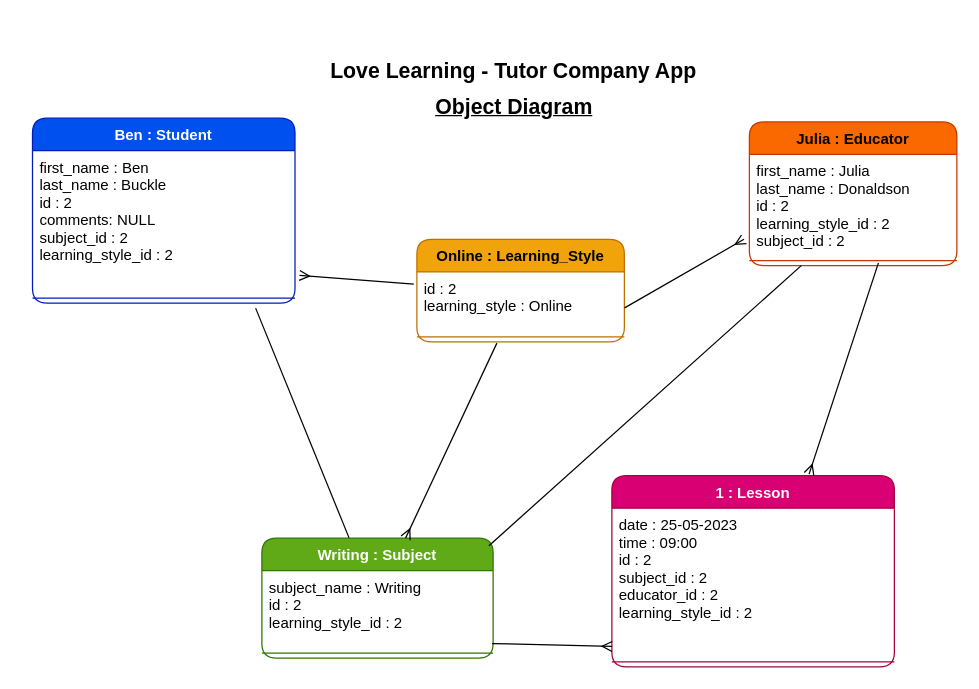
Earlier version of the draw.io diagram Planning/object2_diagram.drawio (SdcBartram/LoveLearning_Tutor_Company_Project). Source tidied: cells renumbered, new cells numbered last; positions are measured from the earlier drawing's top-left corner, leaving out a move shared by most shapes. Both pictures are drawn from the tidied source at 125%, with x=0, y=0 at pixel (32, 21).
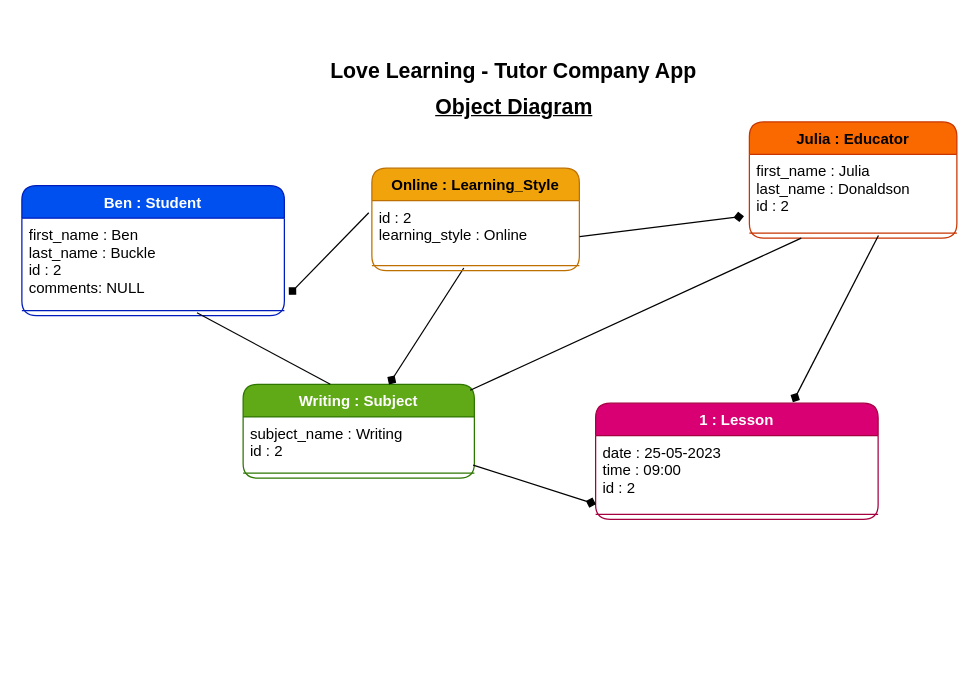
The same diagram, later.

Unchanged cells that the change refers to:
```xml
<mxCell id="18" value="id : 2&#10;learning_style : Online" style="text;strokeColor=none;fillColor=none;align=left;verticalAlign=top;spacingLeft=4;spacingRight=4;overflow=hidden;points=[[0,0.5],[1,0.5]];portConstraint=eastwest;rounded=1;fontColor=#000000;" parent="17" vertex="1">
  <mxGeometry y="26" width="166" height="48" as="geometry" />
</mxCell>
<mxCell id="19" style="line;strokeWidth=1;fillColor=none;align=left;verticalAlign=middle;spacingTop=-1;spacingLeft=3;spacingRight=3;labelPosition=right;points=[];portConstraint=eastwest;strokeColor=inherit;rounded=1;fontColor=#000000;" parent="17" vertex="1">
  <mxGeometry y="74" width="166" height="8" as="geometry" />
</mxCell>
```

What changed in the source:
```diff
@@
     <mxCell id="2" value="Ben : Student" style="swimlane;fontStyle=1;align=center;verticalAlign=top;horizontal=1;startSize=26;rounded=1;fontColor=#ffffff;fillColor=#0050ef;strokeColor=#001DBC;" parent="1" vertex="1">
-      <mxGeometry x="-0.5" y="77" width="210" height="148" as="geometry" />
+      <mxGeometry x="-9" y="131" width="210" height="104" as="geometry" />
     </mxCell>
-    <mxCell id="3" value="first_name : Ben&#10;last_name : Buckle&#10;id : 2&#10;comments: NULL&#10;subject_id : 2&#10;learning_style_id : 2" style="text;strokeColor=none;fillColor=none;align=left;verticalAlign=top;spacingLeft=4;spacingRight=4;overflow=hidden;points=[[0,0.5],[1,0.5]];portConstraint=eastwest;rounded=1;fontColor=#000000;" parent="2" vertex="1">
-      <mxGeometry y="26" width="210" height="114" as="geometry" />
+    <mxCell id="3" value="first_name : Ben&#10;last_name : Buckle&#10;id : 2&#10;comments: NULL&#10;" style="text;strokeColor=none;fillColor=none;align=left;verticalAlign=top;spacingLeft=4;spacingRight=4;overflow=hidden;points=[[0,0.5],[1,0.5]];portConstraint=eastwest;rounded=1;fontColor=#000000;" parent="2" vertex="1">
+      <mxGeometry y="26" width="210" height="70" as="geometry" />
     </mxCell>
     <mxCell id="4" style="line;strokeWidth=1;fillColor=none;align=left;verticalAlign=middle;spacingTop=-1;spacingLeft=3;spacingRight=3;labelPosition=right;points=[];portConstraint=eastwest;strokeColor=inherit;rounded=1;fontColor=#000000;" parent="2" vertex="1">
-      <mxGeometry y="140" width="210" height="8" as="geometry" />
+      <mxGeometry y="96" width="210" height="8" as="geometry" />
     </mxCell>
@@
     <mxCell id="7" value="Writing : Subject" style="swimlane;fontStyle=1;align=center;verticalAlign=top;horizontal=1;startSize=26;rounded=1;fontColor=#ffffff;fillColor=#60a917;strokeColor=#2D7600;" parent="1" vertex="1">
-      <mxGeometry x="183" y="413" width="185" height="96" as="geometry" />
+      <mxGeometry x="168" y="290" width="185" height="75" as="geometry" />
     </mxCell>
-    <mxCell id="8" value="subject_name : Writing&#10;id : 2&#10;learning_style_id : 2" style="text;strokeColor=none;fillColor=none;align=left;verticalAlign=top;spacingLeft=4;spacingRight=4;overflow=hidden;points=[[0,0.5],[1,0.5]];portConstraint=eastwest;rounded=1;fontColor=#000000;" parent="7" vertex="1">
-      <mxGeometry y="26" width="185" height="62" as="geometry" />
+    <mxCell id="8" value="subject_name : Writing&#10;id : 2" style="text;strokeColor=none;fillColor=none;align=left;verticalAlign=top;spacingLeft=4;spacingRight=4;overflow=hidden;points=[[0,0.5],[1,0.5]];portConstraint=eastwest;rounded=1;fontColor=#000000;" parent="7" vertex="1">
+      <mxGeometry y="26" width="185" height="41" as="geometry" />
     </mxCell>
     <mxCell id="9" style="line;strokeWidth=1;fillColor=none;align=left;verticalAlign=middle;spacingTop=-1;spacingLeft=3;spacingRight=3;labelPosition=right;strokeColor=inherit;rounded=1;fontColor=#000000;" parent="7" vertex="1">
-      <mxGeometry y="88" width="185" height="8" as="geometry" />
+      <mxGeometry y="67" width="185" height="8" as="geometry" />
     </mxCell>
     <mxCell id="10" value="Julia : Educator" style="swimlane;fontStyle=1;align=center;verticalAlign=top;horizontal=1;startSize=26;rounded=1;fontColor=#000000;fillColor=#fa6800;strokeColor=#C73500;" parent="1" vertex="1">
-      <mxGeometry x="573" y="80" width="166" height="115" as="geometry" />
+      <mxGeometry x="573" y="80" width="166" height="93" as="geometry" />
     </mxCell>
-    <mxCell id="11" value="first_name : Julia&#10;last_name : Donaldson&#10;id : 2&#10;learning_style_id : 2&#10;subject_id : 2" style="text;strokeColor=none;fillColor=none;align=left;verticalAlign=top;spacingLeft=4;spacingRight=4;overflow=hidden;points=[[0,0.5],[1,0.5]];portConstraint=eastwest;rounded=1;fontColor=#000000;" parent="10" vertex="1">
-      <mxGeometry y="26" width="166" height="81" as="geometry" />
+    <mxCell id="11" value="first_name : Julia&#10;last_name : Donaldson&#10;id : 2&#10;" style="text;strokeColor=none;fillColor=none;align=left;verticalAlign=top;spacingLeft=4;spacingRight=4;overflow=hidden;points=[[0,0.5],[1,0.5]];portConstraint=eastwest;rounded=1;fontColor=#000000;" parent="10" vertex="1">
+      <mxGeometry y="26" width="166" height="59" as="geometry" />
     </mxCell>
     <mxCell id="12" style="line;strokeWidth=1;fillColor=none;align=left;verticalAlign=middle;spacingTop=-1;spacingLeft=3;spacingRight=3;labelPosition=right;points=[];portConstraint=eastwest;strokeColor=inherit;rounded=1;fontColor=#000000;" parent="10" vertex="1">
-      <mxGeometry y="107" width="166" height="8" as="geometry" />
+      <mxGeometry y="85" width="166" height="8" as="geometry" />
     </mxCell>
     <mxCell id="13" value="1 : Lesson" style="swimlane;fontStyle=1;align=center;verticalAlign=top;horizontal=1;startSize=26;rounded=1;fontColor=#ffffff;fillColor=#d80073;strokeColor=#A50040;" parent="1" vertex="1">
-      <mxGeometry x="463" y="363" width="226" height="153" as="geometry" />
+      <mxGeometry x="450" y="305" width="226" height="93" as="geometry" />
     </mxCell>
-    <mxCell id="14" value="date : 25-05-2023&#10;time : 09:00&#10;id : 2&#10;subject_id : 2&#10;educator_id : 2&#10;learning_style_id : 2" style="text;strokeColor=none;fillColor=none;align=left;verticalAlign=top;spacingLeft=4;spacingRight=4;overflow=hidden;points=[[0,0.5],[1,0.5]];portConstraint=eastwest;rounded=1;fontColor=#000000;" parent="13" vertex="1">
-      <mxGeometry y="26" width="226" height="119" as="geometry" />
+    <mxCell id="14" value="date : 25-05-2023&#10;time : 09:00&#10;id : 2&#10;" style="text;strokeColor=none;fillColor=none;align=left;verticalAlign=top;spacingLeft=4;spacingRight=4;overflow=hidden;points=[[0,0.5],[1,0.5]];portConstraint=eastwest;rounded=1;fontColor=#000000;" parent="13" vertex="1">
+      <mxGeometry y="26" width="226" height="59" as="geometry" />
     </mxCell>
     <mxCell id="15" style="line;strokeWidth=1;fillColor=none;align=left;verticalAlign=middle;spacingTop=-1;spacingLeft=3;spacingRight=3;labelPosition=right;strokeColor=inherit;rounded=1;fontColor=#000000;" parent="13" vertex="1">
-      <mxGeometry y="145" width="226" height="8" as="geometry" />
+      <mxGeometry y="85" width="226" height="8" as="geometry" />
     </mxCell>
-    <mxCell id="16" style="html=1;fontSize=17;endArrow=ERmany;endFill=0;fontColor=#000000;strokeColor=#000000;" parent="1" edge="1" target="7">
-      <mxGeometry relative="1" as="geometry">
-        <mxPoint x="371" y="257" as="sourcePoint" />
-      </mxGeometry>
+    <mxCell id="16" style="html=1;fontSize=17;endArrow=diamond;endFill=1;fontColor=#000000;strokeColor=#000000;exitX=0.443;exitY=0.74;exitDx=0;exitDy=0;exitPerimeter=0;" parent="1" edge="1" source="19" target="7">
+      <mxGeometry relative="1" as="geometry" />
     </mxCell>
     <mxCell id="17" value="Online : Learning_Style" style="swimlane;fontStyle=1;align=center;verticalAlign=top;horizontal=1;startSize=26;rounded=1;fillColor=#f0a30a;strokeColor=#BD7000;fontColor=#000000;" parent="1" vertex="1">
-      <mxGeometry x="307" y="174" width="166" height="82" as="geometry" />
+      <mxGeometry x="271" y="117" width="166" height="82" as="geometry" />
     </mxCell>
@@
-    <mxCell id="20" style="html=1;exitX=1.001;exitY=0.6;exitDx=0;exitDy=0;entryX=-0.026;entryY=0.839;entryDx=0;entryDy=0;fontSize=17;endArrow=ERmany;endFill=0;exitPerimeter=0;entryPerimeter=0;fontColor=#000000;strokeColor=#000000;" parent="1" edge="1" source="18" target="11">
+    <mxCell id="20" style="html=1;exitX=1.001;exitY=0.6;exitDx=0;exitDy=0;entryX=-0.026;entryY=0.839;entryDx=0;entryDy=0;fontSize=17;endArrow=diamond;endFill=1;exitPerimeter=0;entryPerimeter=0;fontColor=#000000;strokeColor=#000000;" parent="1" edge="1" source="18" target="11">
       <mxGeometry relative="1" as="geometry" />
     </mxCell>
-    <mxCell id="21" style="html=1;fontSize=17;endArrow=ERmany;endFill=0;exitX=-0.015;exitY=0.203;exitDx=0;exitDy=0;exitPerimeter=0;entryX=1.017;entryY=0.876;entryDx=0;entryDy=0;entryPerimeter=0;fontColor=#000000;strokeColor=#000000;" parent="1" edge="1" source="18" target="3">
+    <mxCell id="21" style="html=1;fontSize=17;endArrow=diamond;endFill=1;exitX=-0.015;exitY=0.203;exitDx=0;exitDy=0;exitPerimeter=0;entryX=1.017;entryY=0.876;entryDx=0;entryDy=0;entryPerimeter=0;fontColor=#000000;strokeColor=#000000;" parent="1" edge="1" source="18" target="3">
       <mxGeometry relative="1" as="geometry" />
     </mxCell>
@@
-    <mxCell id="23" style="html=1;fontSize=17;endArrow=ERmany;endFill=0;entryX=0.698;entryY=-0.008;entryDx=0;entryDy=0;entryPerimeter=0;fontColor=#000000;strokeColor=#000000;exitX=0.622;exitY=0.73;exitDx=0;exitDy=0;exitPerimeter=0;" parent="1" edge="1" source="12" target="13">
+    <mxCell id="23" style="html=1;fontSize=17;endArrow=diamond;endFill=1;entryX=0.698;entryY=-0.008;entryDx=0;entryDy=0;entryPerimeter=0;fontColor=#000000;strokeColor=#000000;exitX=0.622;exitY=0.73;exitDx=0;exitDy=0;exitPerimeter=0;" parent="1" edge="1" source="12" target="13">
       <mxGeometry relative="1" as="geometry" />
     </mxCell>
-    <mxCell id="24" style="html=1;entryX=0.001;entryY=0.93;entryDx=0;entryDy=0;entryPerimeter=0;fontSize=17;startArrow=none;startFill=0;endArrow=ERmany;endFill=0;exitX=0.995;exitY=0.941;exitDx=0;exitDy=0;exitPerimeter=0;fontColor=#000000;strokeColor=#000000;" parent="1" edge="1" source="8" target="14">
+    <mxCell id="24" style="html=1;entryX=0.001;entryY=0.93;entryDx=0;entryDy=0;entryPerimeter=0;fontSize=17;startArrow=none;startFill=0;endArrow=diamond;endFill=1;exitX=0.995;exitY=0.941;exitDx=0;exitDy=0;exitPerimeter=0;fontColor=#000000;strokeColor=#000000;" parent="1" edge="1" source="8" target="14">
       <mxGeometry relative="1" as="geometry" />
     </mxCell>
-    <mxCell id="25" style="edgeStyle=none;html=1;endArrow=none;endFill=0;entryX=0.377;entryY=-0.002;entryDx=0;entryDy=0;entryPerimeter=0;strokeColor=#050505;startArrow=none;startFill=0;" parent="1" edge="1" target="7">
-      <mxGeometry relative="1" as="geometry">
-        <mxPoint x="178" y="229" as="sourcePoint" />
-      </mxGeometry>
+    <mxCell id="25" style="edgeStyle=none;html=1;endArrow=none;endFill=0;entryX=0.377;entryY=-0.002;entryDx=0;entryDy=0;entryPerimeter=0;strokeColor=#050505;startArrow=none;startFill=0;exitX=0.667;exitY=0.719;exitDx=0;exitDy=0;exitPerimeter=0;" parent="1" edge="1" source="4" target="7">
+      <mxGeometry relative="1" as="geometry" />
     </mxCell>
```
